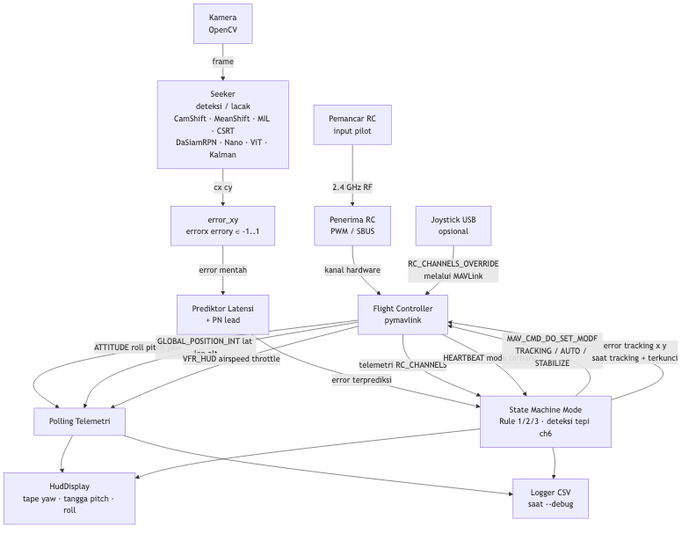
This is docs/chart_02_architecture.png from musaelhanafi/drone-seeker, a Mermaid export, as it was before one commit. Its source is kept beside it as docs/chart_02_architecture.mmd.
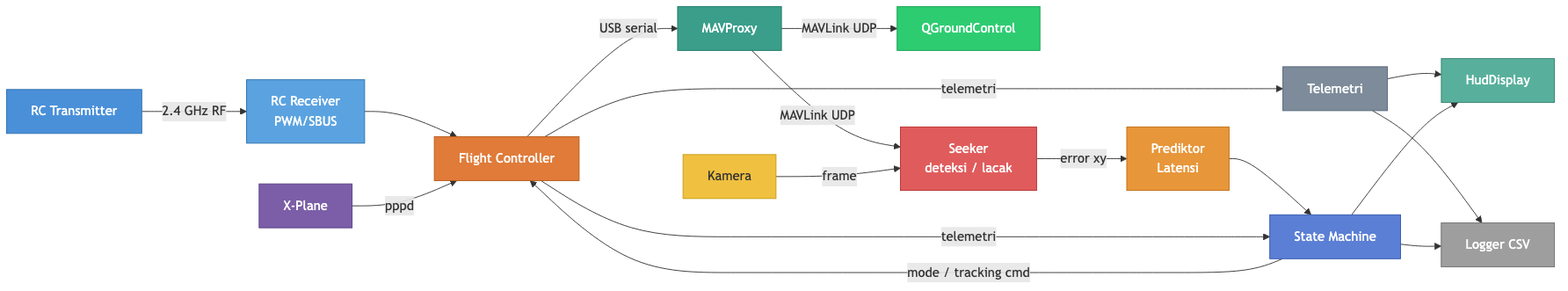
The same diagram one commit later.

Diff of the diagram source:
```diff
@@ -1,25 +1,35 @@
-flowchart TD
-    RCTX[Pemancar RC\ninput pilot] -->|2.4 GHz RF| RCRX[Penerima RC\nPWM / SBUS]
-    RCRX -->|kanal hardware| FC
+flowchart LR
+    RCTX[RC Transmitter] -->|2.4 GHz RF| RCRX[RC Receiver\nPWM/SBUS]
+    RCRX --> FC
 
-    JOY[Joystick USB\nopsional] -->|RC_CHANNELS_OVERRIDE\nmelalui MAVLink| FC
+    XP[X-Plane] -->|pppd| FC[Flight Controller]
+    FC -->|USB serial| MAVP[MAVProxy]
+    MAVP -->|MAVLink UDP| QGC[QGroundControl]
+    MAVP -->|MAVLink UDP| SK
 
-    CAM[Kamera\nOpenCV] -->|frame| SK[Seeker\ndeteksi / lacak\nCamShift · MeanShift · MIL · CSRT\nDaSiamRPN · Nano · ViT · Kalman]
-    SK -->|cx cy| EXY[error_xy\nerrorx errory ∈ -1..1]
+    CAM[Kamera] -->|frame| SK[Seeker\ndeteksi / lacak]
+    SK -->|error xy| PRED[Prediktor\nLatensi]
+    PRED --> SM[State Machine]
 
-    EXY -->|error mentah| PRED[Prediktor Latensi\n+ PN lead]
-    PRED -->|error terprediksi| SM[State Machine Mode\nRule 1/2/3 · deteksi tepi ch6]
+    FC -->|telemetri| SM
+    SM -->|mode / tracking cmd| FC
 
-    FC[Flight Controller\npymavlink] -->|telemetri RC_CHANNELS| SM
-    FC -->|HEARTBEAT  mode terbang| SM
-    FC -->|ATTITUDE roll pitch yaw| TEL[Polling Telemetri]
-    FC -->|GLOBAL_POSITION_INT lat lon alt| TEL
-    FC -->|VFR_HUD airspeed throttle| TEL
-
-    TEL --> HUD[HudDisplay\ntape yaw · tangga pitch · roll]
-    TEL --> CSV[Logger CSV\nsaat --debug]
-
-    SM -->|MAV_CMD_DO_SET_MODE\nTRACKING / AUTO / STABILIZE| FC
-    SM -->|error tracking x y\nsaat tracking + terkunci| FC
+    FC -->|telemetri| TEL[Telemetri]
+    TEL --> HUD[HudDisplay]
+    TEL --> CSV[Logger CSV]
     SM --> HUD
     SM --> CSV
+
+    style RCTX  fill:#4A90D9,stroke:#2c6fad,color:#fff
+    style RCRX  fill:#5BA3E0,stroke:#2c6fad,color:#fff
+    style XP    fill:#7B5EA7,stroke:#5a3d87,color:#fff
+    style FC    fill:#E07B39,stroke:#b85c1a,color:#fff
+    style MAVP  fill:#3A9E8A,stroke:#1d7a68,color:#fff
+    style QGC   fill:#2ECC71,stroke:#1a9e52,color:#fff
+    style CAM   fill:#F0C040,stroke:#c89a10,color:#333
+    style SK    fill:#E05C5C,stroke:#b83030,color:#fff
+    style PRED  fill:#E8963A,stroke:#c07010,color:#fff
+    style SM    fill:#5B7FD4,stroke:#3558b0,color:#fff
+    style TEL   fill:#7D8B9A,stroke:#56687a,color:#fff
+    style HUD   fill:#58B09C,stroke:#358070,color:#fff
+    style CSV   fill:#9E9E9E,stroke:#6e6e6e,color:#fff
```
